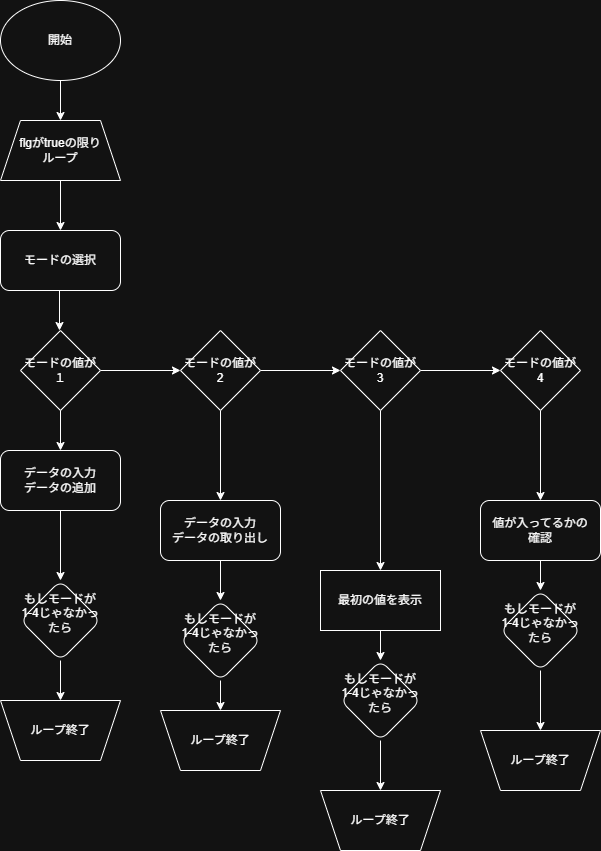
user-1333/5-7 keeps this draw.io diagram as lesson01.png. Above is the earlier version. Source tidied: cells renumbered, new cells last; positions are measured from the earlier drawing's top-left corner, leaving out a move shared by most shapes.
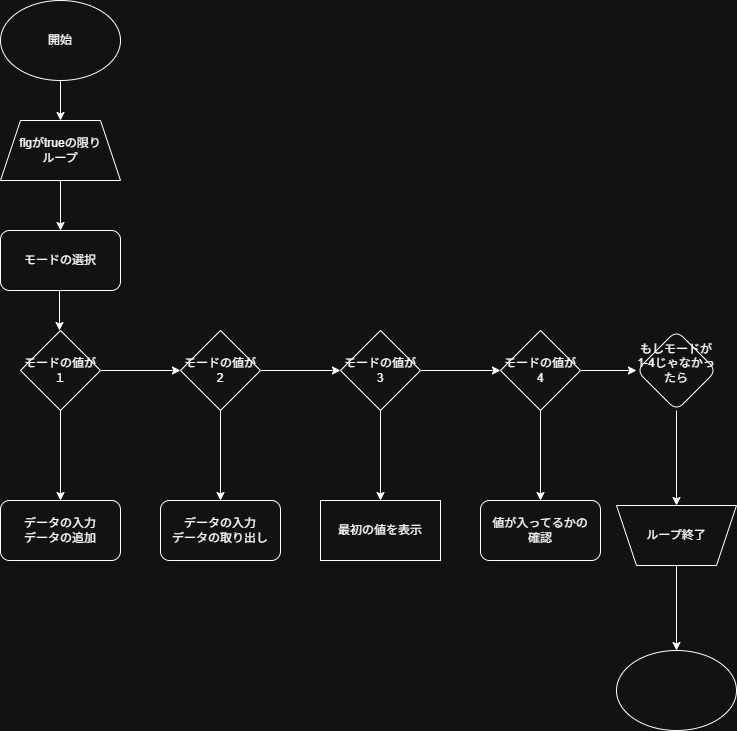
After the commit.

Change to the diagram source:
```diff
@@ -25,17 +25,13 @@
     <mxCell id="7" value="モードの値が１" style="rhombus;whiteSpace=wrap;html=1;" parent="1" vertex="1">
       <mxGeometry x="20" y="330" width="80" height="80" as="geometry" />
     </mxCell>
-    <mxCell id="8" style="endArrow=classic;html=1;rounded=0;exitX=0.5;exitY=1;exitDx=0;exitDy=0;" parent="1" edge="1">
+    <mxCell id="8" style="endArrow=classic;html=1;rounded=0;exitX=0.5;exitY=1;exitDx=0;exitDy=0;entryX=0.5;entryY=0;entryDx=0;entryDy=0;" parent="1" edge="1" target="10">
       <mxGeometry relative="1" as="geometry">
         <mxPoint x="60" y="410" as="sourcePoint" />
-        <mxPoint x="60" y="450" as="targetPoint" />
       </mxGeometry>
     </mxCell>
-    <mxCell id="9" style="edgeStyle=orthogonalEdgeStyle;rounded=0;jettySize=auto;html=1;" parent="1" edge="1" source="10" target="28">
-      <mxGeometry relative="1" as="geometry" />
-    </mxCell>
     <mxCell id="10" value="データの入力&lt;br&gt;データの追加" style="rounded=1;whiteSpace=wrap;html=1;" parent="1" vertex="1">
-      <mxGeometry y="450" width="120" height="60" as="geometry" />
+      <mxGeometry y="500" width="120" height="60" as="geometry" />
     </mxCell>
     <mxCell id="11" style="edgeStyle=orthogonalEdgeStyle;rounded=0;jettySize=auto;html=1;" parent="1" edge="1" source="13" target="15">
       <mxGeometry relative="1" as="geometry" />
@@ -46,40 +42,32 @@
     <mxCell id="13" value="モードの値が2" style="rhombus;whiteSpace=wrap;html=1;" parent="1" vertex="1">
       <mxGeometry x="180" y="330" width="80" height="80" as="geometry" />
     </mxCell>
-    <mxCell id="14" style="edgeStyle=orthogonalEdgeStyle;rounded=0;jettySize=auto;html=1;" parent="1" edge="1" source="15" target="30">
-      <mxGeometry relative="1" as="geometry" />
-    </mxCell>
     <mxCell id="15" value="データの入力&lt;br&gt;データの取り出し" style="whiteSpace=wrap;html=1;rounded=1;" parent="1" vertex="1">
       <mxGeometry x="160" y="500" width="120" height="60" as="geometry" />
     </mxCell>
-    <mxCell id="16" style="edgeStyle=orthogonalEdgeStyle;rounded=0;jettySize=auto;html=1;entryX=0.5;entryY=0;entryDx=0;entryDy=0;" parent="1" edge="1" source="18">
-      <mxGeometry relative="1" as="geometry">
-        <mxPoint x="380" y="570" as="targetPoint" />
-      </mxGeometry>
-    </mxCell>
     <mxCell id="17" style="edgeStyle=orthogonalEdgeStyle;rounded=0;jettySize=auto;html=1;" parent="1" edge="1" source="18" target="20">
       <mxGeometry relative="1" as="geometry" />
     </mxCell>
+    <mxCell id="39" style="edgeStyle=orthogonalEdgeStyle;rounded=0;jettySize=auto;html=1;" parent="1" edge="1" source="18" target="24">
+      <mxGeometry relative="1" as="geometry" />
+    </mxCell>
     <mxCell id="18" value="モードの値が3" style="rhombus;whiteSpace=wrap;html=1;" parent="1" vertex="1">
       <mxGeometry x="340" y="330" width="80" height="80" as="geometry" />
     </mxCell>
     <mxCell id="19" style="edgeStyle=orthogonalEdgeStyle;rounded=0;jettySize=auto;html=1;" parent="1" edge="1" source="20" target="22">
       <mxGeometry relative="1" as="geometry" />
     </mxCell>
+    <mxCell id="40" style="edgeStyle=orthogonalEdgeStyle;rounded=0;jettySize=auto;html=1;" parent="1" edge="1" source="20" target="32">
+      <mxGeometry relative="1" as="geometry" />
+    </mxCell>
     <mxCell id="20" value="モードの値が4" style="rhombus;whiteSpace=wrap;html=1;" parent="1" vertex="1">
       <mxGeometry x="500" y="330" width="80" height="80" as="geometry" />
     </mxCell>
-    <mxCell id="21" style="edgeStyle=orthogonalEdgeStyle;rounded=0;jettySize=auto;html=1;" parent="1" edge="1" source="22" target="34">
-      <mxGeometry relative="1" as="geometry" />
-    </mxCell>
     <mxCell id="22" value="値が入ってるかの&lt;br&gt;確認" style="whiteSpace=wrap;html=1;rounded=1;" parent="1" vertex="1">
       <mxGeometry x="480" y="500" width="120" height="60" as="geometry" />
     </mxCell>
-    <mxCell id="23" style="edgeStyle=orthogonalEdgeStyle;rounded=0;jettySize=auto;html=1;" parent="1" edge="1" source="24" target="32">
-      <mxGeometry relative="1" as="geometry" />
-    </mxCell>
     <mxCell id="24" value="最初の値を表示" style="whiteSpace=wrap;html=1;" parent="1" vertex="1">
-      <mxGeometry x="320" y="570" width="120" height="60" as="geometry" />
+      <mxGeometry x="320" y="500" width="120" height="60" as="geometry" />
     </mxCell>
     <mxCell id="25" style="edgeStyle=orthogonalEdgeStyle;rounded=0;jettySize=auto;html=1;" parent="1" edge="1" source="26" target="4">
       <mxGeometry relative="1" as="geometry" />
@@ -87,41 +75,20 @@
     <mxCell id="26" value="flgがtrueの限り&lt;div&gt;ループ&lt;/div&gt;" style="shape=trapezoid;perimeter=trapezoidPerimeter;whiteSpace=wrap;html=1;fixedSize=1;direction=east;" parent="1" vertex="1">
       <mxGeometry y="120" width="120" height="60" as="geometry" />
     </mxCell>
-    <mxCell id="27" style="edgeStyle=orthogonalEdgeStyle;rounded=0;jettySize=auto;html=1;" parent="1" edge="1" source="28" target="35">
-      <mxGeometry relative="1" as="geometry" />
-    </mxCell>
-    <mxCell id="28" value="もしモードが1-4じゃなかったら&lt;div&gt;&lt;br&gt;&lt;/div&gt;" style="rhombus;whiteSpace=wrap;html=1;rounded=1;" parent="1" vertex="1">
-      <mxGeometry x="20" y="580" width="80" height="80" as="geometry" />
-    </mxCell>
-    <mxCell id="29" style="edgeStyle=orthogonalEdgeStyle;rounded=0;jettySize=auto;html=1;" parent="1" edge="1" source="30" target="36">
-      <mxGeometry relative="1" as="geometry" />
-    </mxCell>
-    <mxCell id="30" value="もしモードが1-4じゃなかったら&lt;div&gt;&lt;br&gt;&lt;/div&gt;" style="rhombus;whiteSpace=wrap;html=1;rounded=1;" parent="1" vertex="1">
-      <mxGeometry x="180" y="600" width="80" height="80" as="geometry" />
-    </mxCell>
     <mxCell id="31" style="edgeStyle=orthogonalEdgeStyle;rounded=0;jettySize=auto;html=1;" parent="1" edge="1" source="32" target="37">
       <mxGeometry relative="1" as="geometry" />
     </mxCell>
     <mxCell id="32" value="もしモードが1-4じゃなかったら&lt;div&gt;&lt;br&gt;&lt;/div&gt;" style="rhombus;whiteSpace=wrap;html=1;rounded=1;" parent="1" vertex="1">
-      <mxGeometry x="340" y="660" width="80" height="80" as="geometry" />
+      <mxGeometry x="636" y="330" width="80" height="80" as="geometry" />
     </mxCell>
-    <mxCell id="33" style="edgeStyle=orthogonalEdgeStyle;rounded=0;jettySize=auto;html=1;" parent="1" edge="1" source="34" target="38">
-      <mxGeometry relative="1" as="geometry" />
-    </mxCell>
-    <mxCell id="34" value="もしモードが1-4じゃなかったら&lt;div&gt;&lt;br&gt;&lt;/div&gt;" style="rhombus;whiteSpace=wrap;html=1;rounded=1;" parent="1" vertex="1">
-      <mxGeometry x="500" y="590" width="80" height="80" as="geometry" />
-    </mxCell>
-    <mxCell id="35" value="ループ終了" style="shape=trapezoid;perimeter=trapezoidPerimeter;whiteSpace=wrap;html=1;fixedSize=1;direction=west;" parent="1" vertex="1">
-      <mxGeometry y="700" width="120" height="60" as="geometry" />
-    </mxCell>
-    <mxCell id="36" value="ループ終了" style="shape=trapezoid;perimeter=trapezoidPerimeter;whiteSpace=wrap;html=1;fixedSize=1;direction=west;" parent="1" vertex="1">
-      <mxGeometry x="160" y="710" width="120" height="60" as="geometry" />
-    </mxCell>
+    <mxCell id="41" style="edgeStyle=orthogonalEdgeStyle;rounded=0;jettySize=auto;html=1;" parent="1" edge="1" source="37" target="42">
+      <mxGeometry relative="1" as="geometry" />
+    </mxCell>
     <mxCell id="37" value="ループ終了" style="shape=trapezoid;perimeter=trapezoidPerimeter;whiteSpace=wrap;html=1;fixedSize=1;direction=west;" parent="1" vertex="1">
-      <mxGeometry x="320" y="790" width="120" height="60" as="geometry" />
+      <mxGeometry x="616" y="505" width="120" height="60" as="geometry" />
     </mxCell>
-    <mxCell id="38" value="ループ終了" style="shape=trapezoid;perimeter=trapezoidPerimeter;whiteSpace=wrap;html=1;fixedSize=1;direction=west;" parent="1" vertex="1">
-      <mxGeometry x="480" y="730" width="120" height="60" as="geometry" />
-    </mxCell>
+    <mxCell id="42" style="ellipse;whiteSpace=wrap;html=1;" parent="1" vertex="1">
+      <mxGeometry x="616" y="650" width="120" height="80" as="geometry" />
+    </mxCell>
   </root>
 </mxGraphModel>
```
